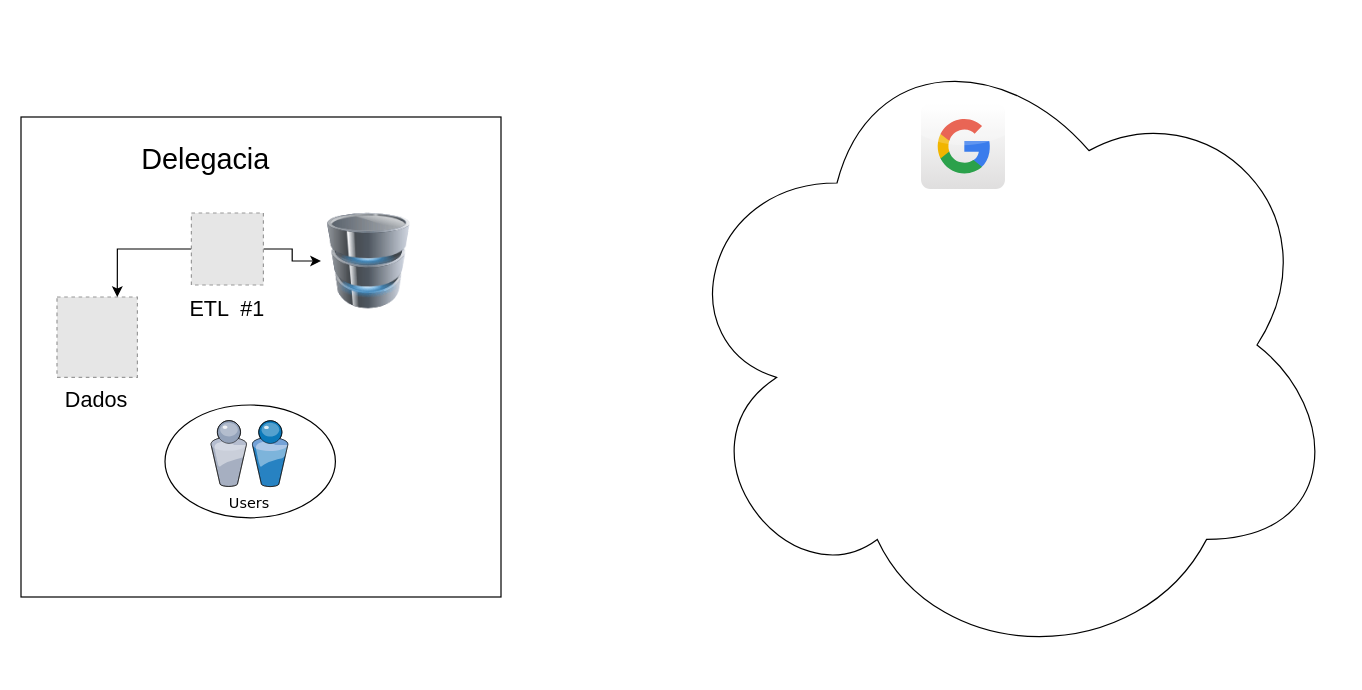
The draw.io diagram Exercises/Untitled Diagram.drawio in jjsjunior/dlaicourse, before the edit. Source tidied: cells renumbered, new cells numbered last; positions are measured from the earlier drawing's top-left corner, leaving out a move shared by most shapes. Both pictures are drawn from the tidied source at 120%, with x=0, y=0 at pixel (20, 20). Pictures stored in the file or linked from it are replaced by grey dashed boxes.
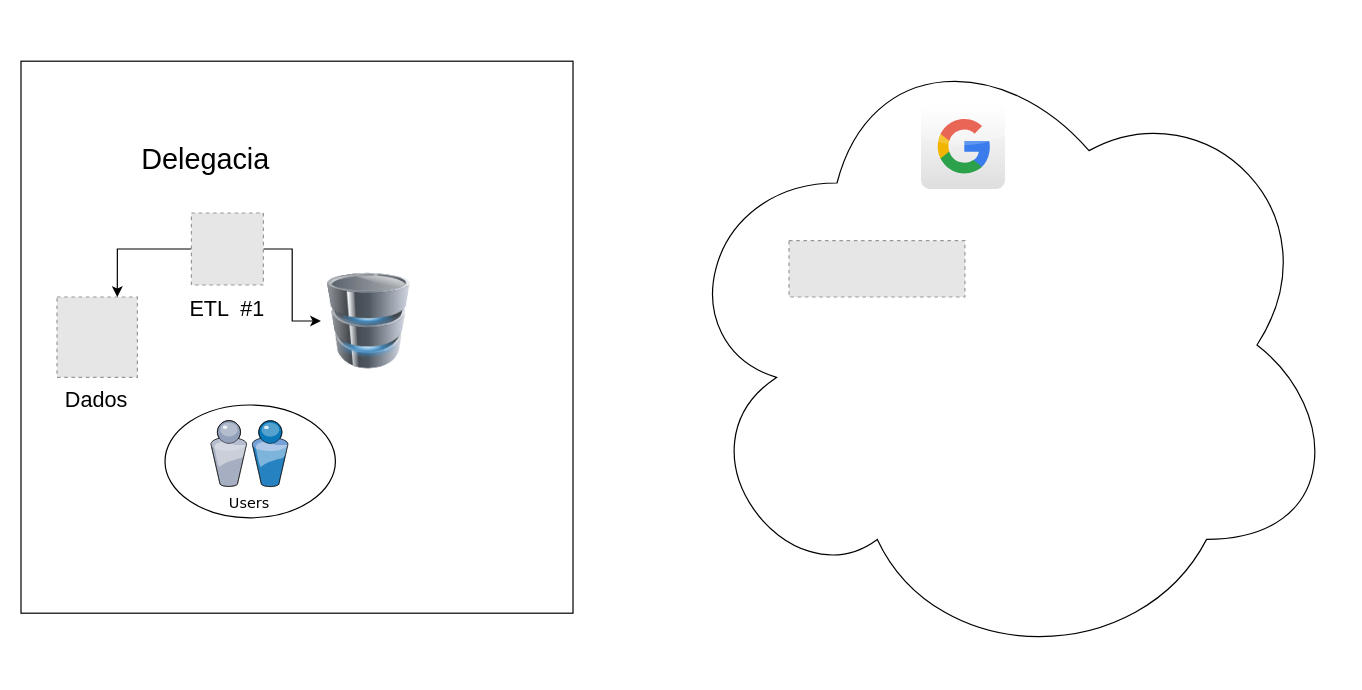
The same diagram, later.

What changed in the source:
```diff
@@
 <mxGraphModel>
   <root>
     <mxCell id="0" />
     <mxCell id="1" parent="0" />
     <mxCell id="2" style="whiteSpace=wrap;html=1;" parent="1" vertex="1">
-      <mxGeometry y="80" width="400" height="400" as="geometry" />
+      <mxGeometry y="33.5" width="460" height="460" as="geometry" />
     </mxCell>
     <mxCell id="3" value="&lt;div style=&quot;font-size: 24px;&quot;&gt;Delegacia&lt;/div&gt;&lt;div style=&quot;font-size: 24px;&quot;&gt;&lt;br style=&quot;font-size: 24px;&quot;&gt;&lt;/div&gt;" style="text;html=1;strokeColor=none;fillColor=none;align=center;verticalAlign=middle;whiteSpace=wrap;rounded=0;fontSize=24;" parent="1" vertex="1">
       <mxGeometry x="106" y="120" width="96" height="20" as="geometry" />
     </mxCell>
     <mxCell id="4" style="fillColor=#E6E6E6;strokeColor=#999999;dashed=1;html=1;verticalAlign=top;verticalLabelPosition=bottom;labelBackgroundColor=#ffffff;fontSize=24;" parent="1" vertex="1">
       <mxGeometry x="30" y="230" width="67" height="67" as="geometry" />
     </mxCell>
     <mxCell id="5" style="image;html=1;image=img/lib/clip_art/computers/Database_128x128.png;fontSize=24;" parent="1" vertex="1">
-      <mxGeometry x="250" y="160" width="80" height="80" as="geometry" />
+      <mxGeometry x="250" y="210" width="80" height="80" as="geometry" />
     </mxCell>
     <mxCell id="6" style="edgeStyle=orthogonalEdgeStyle;rounded=0;jettySize=auto;html=1;entryX=0.75;entryY=0;entryDx=0;entryDy=0;fontSize=24;" parent="1" edge="1" source="8" target="4">
       <mxGeometry relative="1" as="geometry" />
     </mxCell>
     <mxCell id="7" style="edgeStyle=orthogonalEdgeStyle;rounded=0;jettySize=auto;html=1;fontSize=24;" parent="1" edge="1" source="8" target="5">
       <mxGeometry relative="1" as="geometry" />
     </mxCell>
     <mxCell id="8" style="fillColor=#E6E6E6;strokeColor=#999999;dashed=1;html=1;verticalAlign=top;verticalLabelPosition=bottom;labelBackgroundColor=#ffffff;fontSize=24;" parent="1" vertex="1">
       <mxGeometry x="142" y="160" width="60" height="60" as="geometry" />
     </mxCell>
     <mxCell id="9" value="ETL&lt;span style=&quot;white-space: pre ; font-size: 18px&quot;&gt;  #1&lt;/span&gt;" style="text;html=1;strokeColor=none;fillColor=none;align=center;verticalAlign=middle;whiteSpace=wrap;rounded=0;fontSize=18;" parent="1" vertex="1">
       <mxGeometry x="152" y="230" width="40" height="20" as="geometry" />
     </mxCell>
     <mxCell id="10" value="Dados" style="text;html=1;strokeColor=none;fillColor=none;align=center;verticalAlign=middle;whiteSpace=wrap;rounded=0;fontSize=18;" parent="1" vertex="1">
       <mxGeometry x="43" y="306" width="40" height="20" as="geometry" />
     </mxCell>
     <mxCell id="11" style="group;" parent="1" vertex="1">
       <mxGeometry x="120" y="320" width="142" height="94" as="geometry" />
     </mxCell>
     <mxCell id="12" style="ellipse;whiteSpace=wrap;html=1;rounded=0;shadow=0;comic=0;strokeWidth=1;fontFamily=Verdana;" parent="11" vertex="1">
       <mxGeometry width="142" height="94" as="geometry" />
     </mxCell>
     <mxCell id="13" value="Users" style="verticalLabelPosition=bottom;html=1;verticalAlign=top;strokeColor=none;shape=mxgraph.citrix.users;rounded=0;shadow=0;comic=0;fontFamily=Verdana;" parent="11" vertex="1">
       <mxGeometry x="38" y="13" width="64.5" height="55" as="geometry" />
     </mxCell>
     <mxCell id="14" style="ellipse;shape=cloud;whiteSpace=wrap;html=1;fontSize=18;" parent="1" vertex="1">
       <mxGeometry x="540" width="560" height="540" as="geometry" />
     </mxCell>
     <mxCell id="15" style="dashed=0;html=1;align=center;labelPosition=center;verticalLabelPosition=bottom;verticalAlign=top;shape=mxgraph.webicons.google;gradientColor=#DFDEDE;fontSize=18;" parent="1" vertex="1">
       <mxGeometry x="750" y="68.8" width="70" height="71.2" as="geometry" />
     </mxCell>
+    <mxCell id="16" style="fillColor=#E6E6E6;strokeColor=#999999;dashed=1;verticalLabelPosition=bottom;labelBackgroundColor=#ffffff;verticalAlign=top;" parent="1" vertex="1">
+      <mxGeometry x="640" y="183" width="146.6" height="47" as="geometry" />
+    </mxCell>
   </root>
 </mxGraphModel>
```
